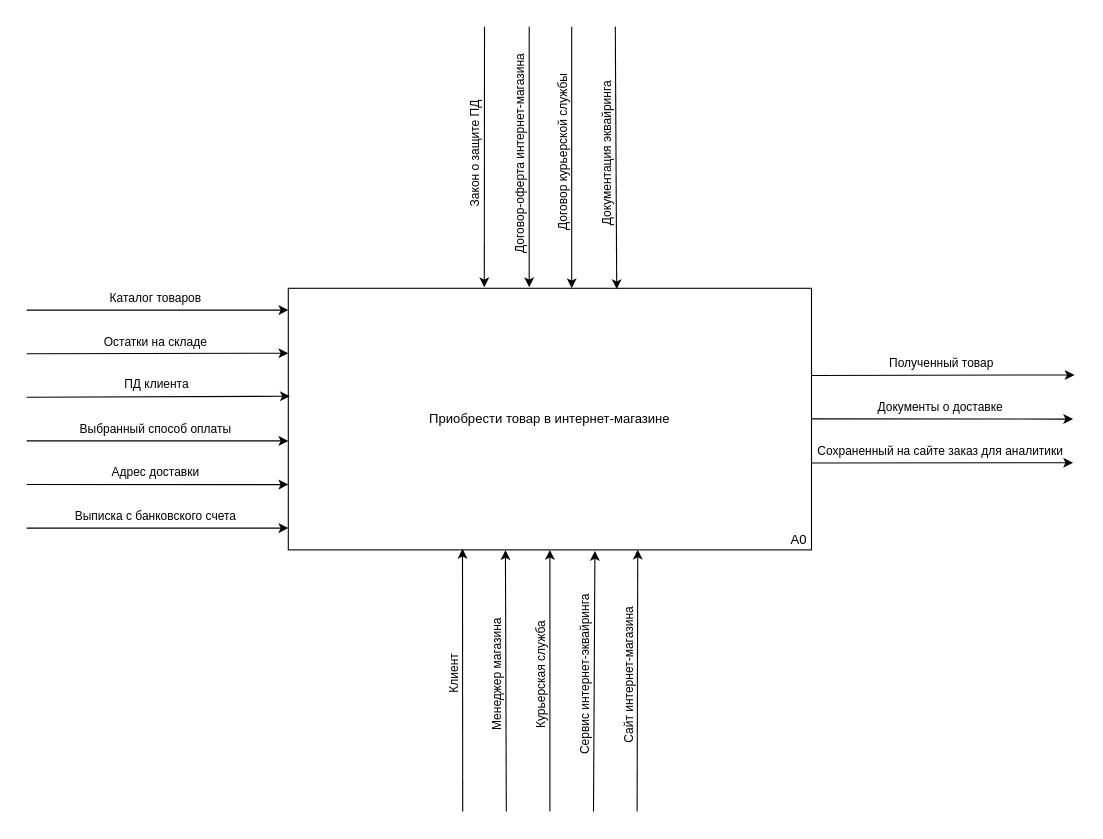
Before: page "Макро-процесс" (2 of 3) of lessons/7-1-idef0/idef0.drawio in bigsadwhale/sprint1t, a draw.io diagram. Source tidied: cells renumbered, new cells numbered last; positions are measured from the earlier drawing's top-left corner, leaving out a move shared by most shapes. Both pictures are drawn from the tidied source at 109%, with x=0, y=0 at pixel (26, 26).
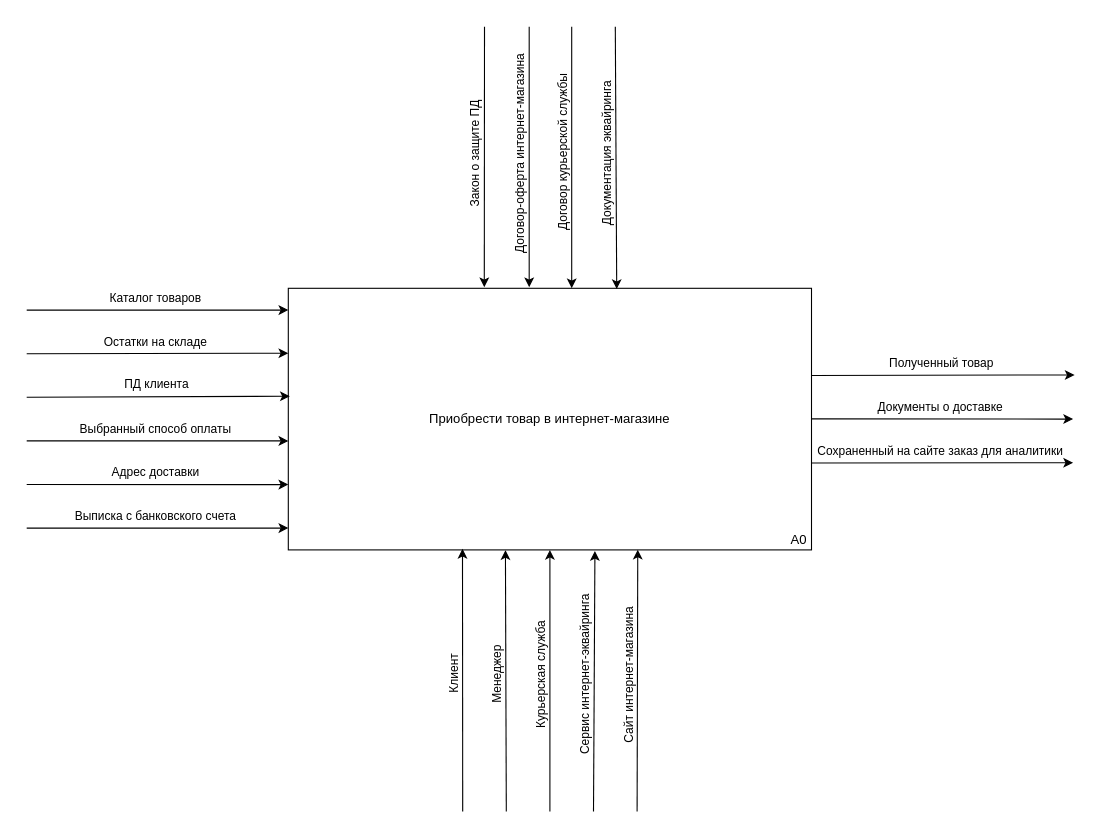
The same page after the edit.

The edit, as a diff of the source:
```diff
@@
-    <mxCell id="13" value="Менеджер магазина" style="endArrow=classic;html=1;rounded=0;horizontal=0;verticalAlign=bottom;spacingRight=4;entryX=0.165;entryY=1.001;entryDx=0;entryDy=0;entryPerimeter=0;spacing=4;" parent="1" edge="1">
+    <mxCell id="13" value="Менеджер" style="endArrow=classic;html=1;rounded=0;horizontal=0;verticalAlign=bottom;spacingRight=4;entryX=0.165;entryY=1.001;entryDx=0;entryDy=0;entryPerimeter=0;spacing=4;" parent="1" edge="1">
       <mxGeometry relative="1" as="geometry">
         <mxPoint x="440" y="720" as="sourcePoint" />
         <mxPoint x="439.2" y="480.2" as="targetPoint" />
       </mxGeometry>
     </mxCell>
```
